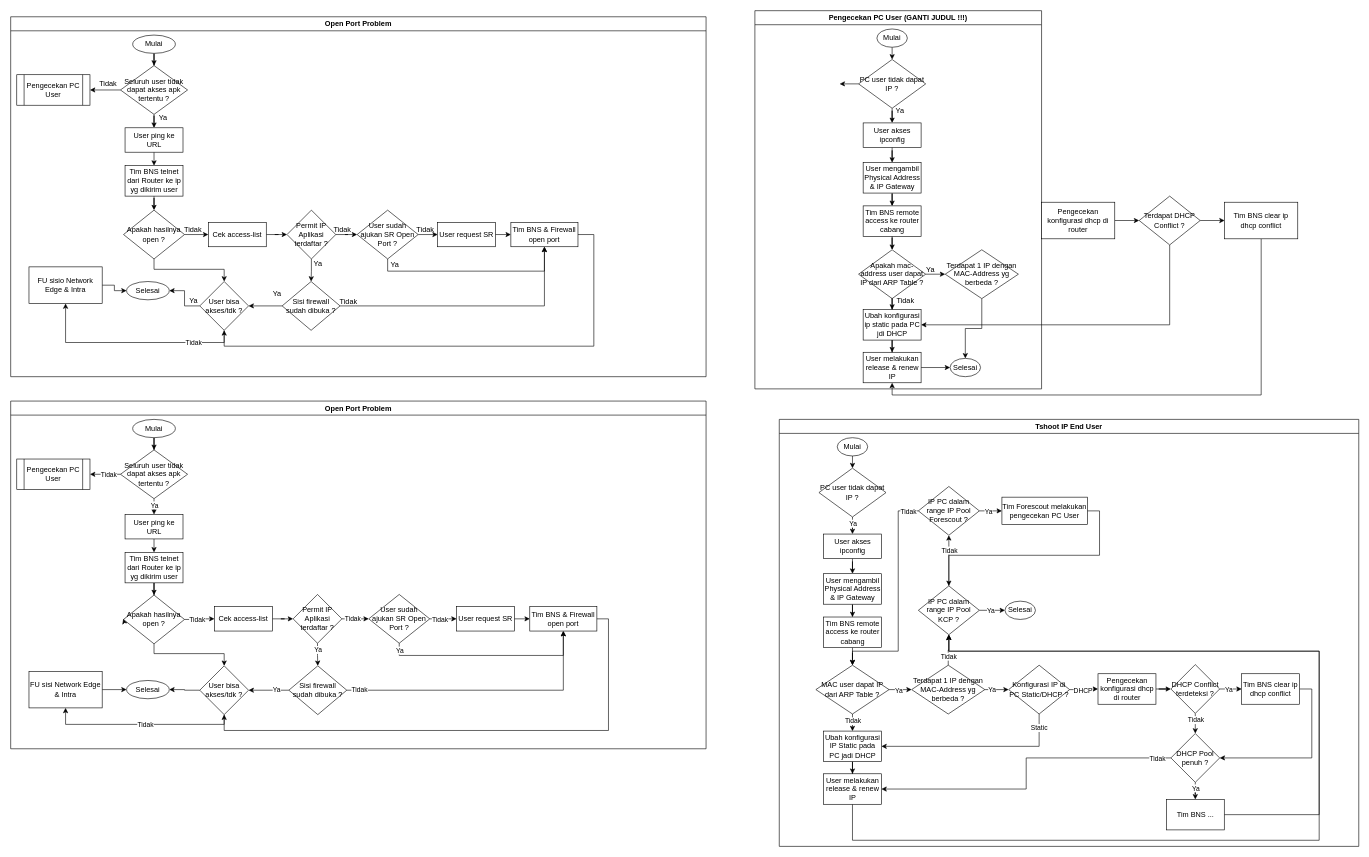
The draw.io diagram page "Access Problem" (2 of 3) of Checklink Problem.drawio in AndreaB54/Flowchart-Troubleshooting, before the edit. Source tidied: cells renumbered, new cells numbered last; positions are measured from the earlier drawing's top-left corner, leaving out a move shared by most shapes. Both pictures are drawn from the tidied source at 61%, with x=0, y=0 at pixel (10, 10).
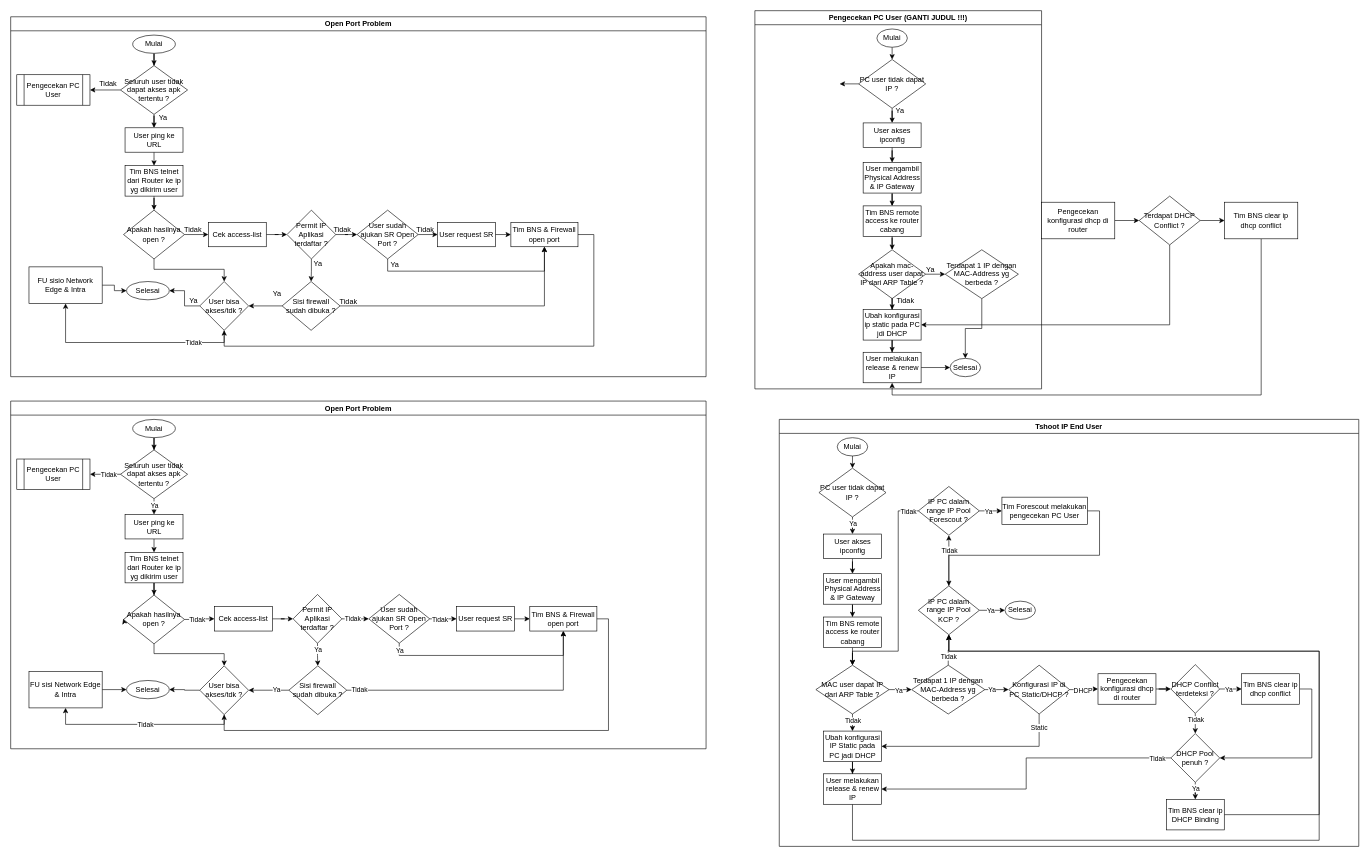
Above is the later version.

Commit message:
Tshoot IP End User fixed

Unchanged cells that the change refers to:
```xml
<mxCell id="127" value="Tshoot IP End User" style="swimlane;whiteSpace=wrap;html=1;strokeColor=#000000;" parent="1" vertex="1">
  <mxGeometry x="1260" y="670" width="950" height="700" as="geometry" />
</mxCell>
```

What changed in the source:
```diff
@@
-    <mxCell id="186" value="Tim BNS ..." style="rounded=0;whiteSpace=wrap;html=1;" parent="127" vertex="1">
+    <mxCell id="186" value="Tim BNS clear ip DHCP Binding" style="rounded=0;whiteSpace=wrap;html=1;" parent="127" vertex="1">
       <mxGeometry x="634.5" y="623" width="95" height="50" as="geometry" />
     </mxCell>
```
